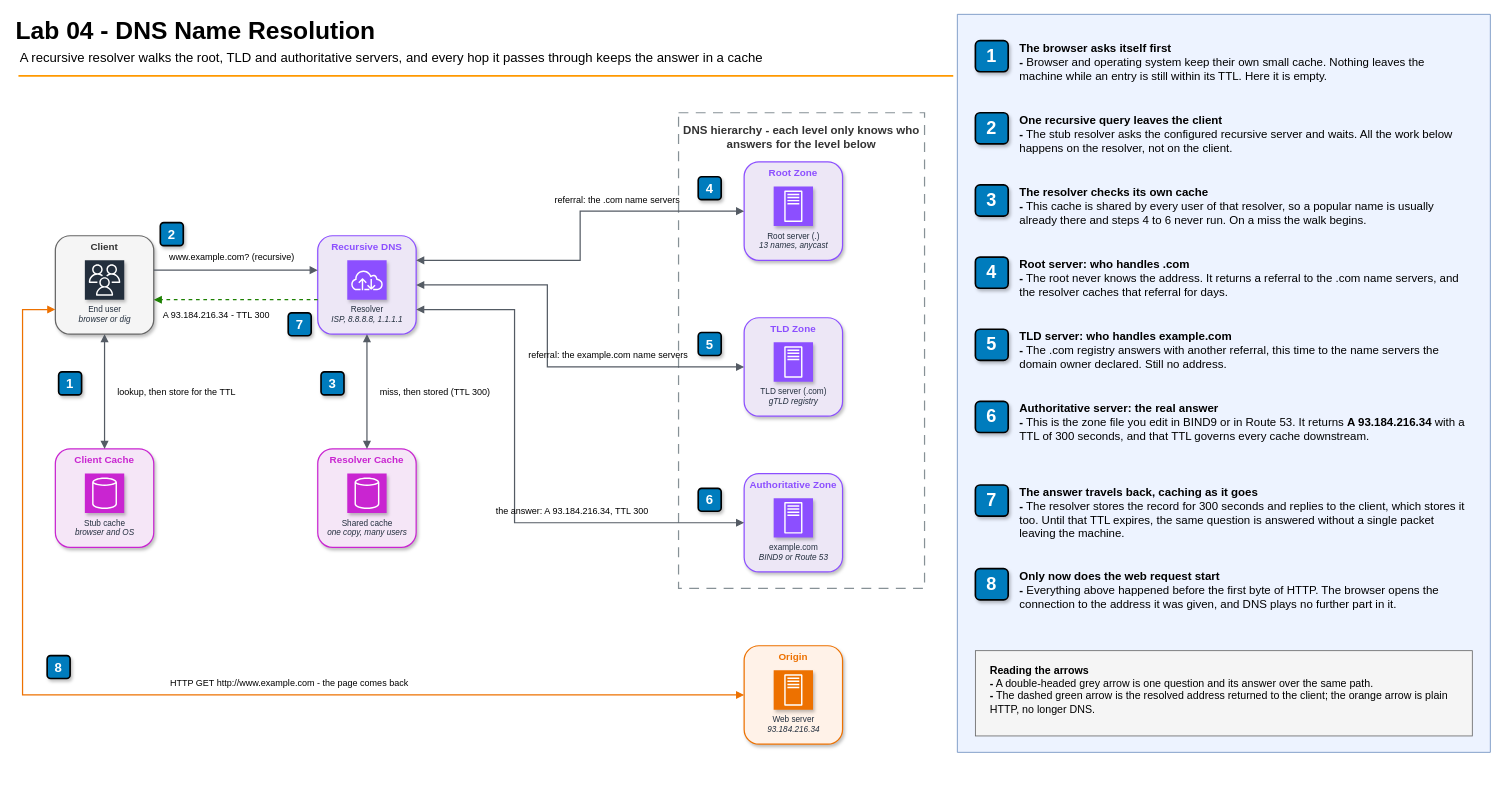
The draw.io diagram 04-dns-dig-bind9/diagrams/lab04-dns-resolution-flow.drawio in A4ld0/system-design-course, before the edit. Source tidied: cells renumbered, new cells numbered last; positions are measured from the earlier drawing's top-left corner, leaving out a move shared by most shapes. Both pictures are drawn from the tidied source at 82%, with x=0, y=0 at pixel (14, 14). Pictures stored in the file or linked from it are replaced by grey dashed boxes.
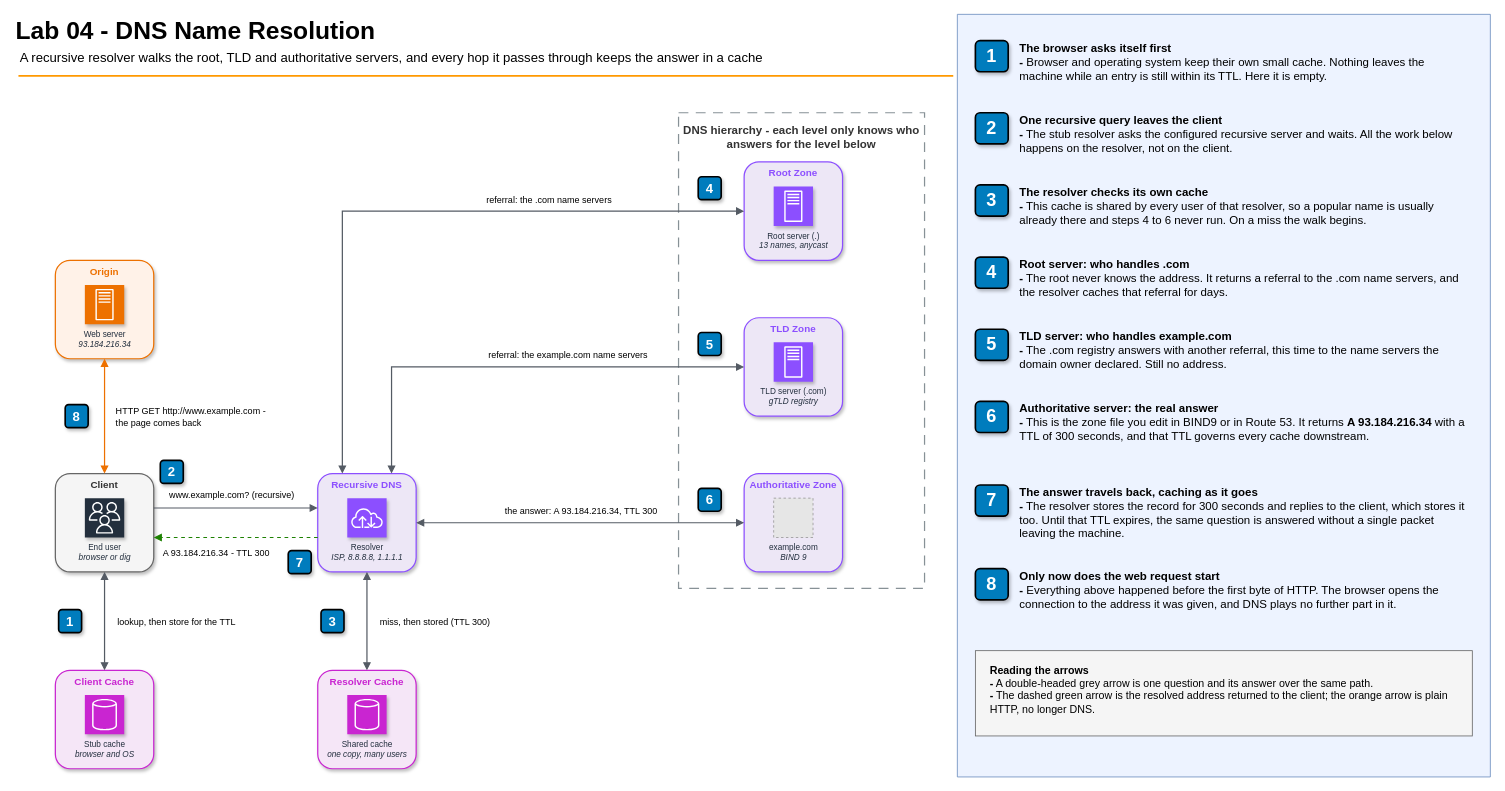
The same diagram, later.

The change refers to these unchanged cells:
```xml
<mxCell id="15" value="Root Zone" style="rounded=1;html=1;whiteSpace=wrap;fillColor=#EDE7F6;strokeColor=#8C4FFF;verticalAlign=top;align=center;fontStyle=1;fontSize=12;fontColor=#8C4FFF;shadow=1;strokeWidth=1.5;fontFamily=Helvetica;" parent="1" vertex="1">
  <mxGeometry x="890" y="180" width="120" height="120" as="geometry" />
</mxCell>
<mxCell id="17" value="TLD Zone" style="rounded=1;html=1;whiteSpace=wrap;fillColor=#EDE7F6;strokeColor=#8C4FFF;verticalAlign=top;align=center;fontStyle=1;fontSize=12;fontColor=#8C4FFF;shadow=1;strokeWidth=1.5;fontFamily=Helvetica;" parent="1" vertex="1">
  <mxGeometry x="890" y="370" width="120" height="120" as="geometry" />
</mxCell>
<mxCell id="19" value="Authoritative Zone" style="rounded=1;html=1;whiteSpace=wrap;fillColor=#EDE7F6;strokeColor=#8C4FFF;verticalAlign=top;align=center;fontStyle=1;fontSize=12;fontColor=#8C4FFF;shadow=1;strokeWidth=1.5;fontFamily=Helvetica;" parent="1" vertex="1">
  <mxGeometry x="890" y="560" width="120" height="120" as="geometry" />
</mxCell>
```

What changed in the source:
```diff
@@
     <mxCell id="7" value="Client" style="rounded=1;html=1;whiteSpace=wrap;fillColor=#f5f5f5;strokeColor=light-dark(#666666,#D4D4D4);verticalAlign=top;align=center;fontStyle=1;fontSize=12;fontColor=#333333;shadow=1;strokeWidth=1.5;fontFamily=Helvetica;" parent="1" vertex="1">
-      <mxGeometry x="50" y="270" width="120" height="120" as="geometry" />
+      <mxGeometry x="50" y="560" width="120" height="120" as="geometry" />
     </mxCell>
@@
     <mxCell id="9" value="Client Cache" style="rounded=1;html=1;whiteSpace=wrap;fillColor=#F5E6F7;strokeColor=#C925D1;verticalAlign=top;align=center;fontStyle=1;fontSize=12;fontColor=#C925D1;shadow=1;strokeWidth=1.5;fontFamily=Helvetica;" parent="1" vertex="1">
-      <mxGeometry x="50" y="530" width="120" height="120" as="geometry" />
+      <mxGeometry x="50" y="800" width="120" height="120" as="geometry" />
     </mxCell>
@@
     <mxCell id="11" value="Recursive DNS" style="rounded=1;html=1;whiteSpace=wrap;fillColor=#EDE7F6;strokeColor=#8C4FFF;verticalAlign=top;align=center;fontStyle=1;fontSize=12;fontColor=#8C4FFF;shadow=1;strokeWidth=1.5;fontFamily=Helvetica;" parent="1" vertex="1">
-      <mxGeometry x="370" y="270" width="120" height="120" as="geometry" />
+      <mxGeometry x="370" y="560" width="120" height="120" as="geometry" />
     </mxCell>
@@
     <mxCell id="13" value="Resolver Cache" style="rounded=1;html=1;whiteSpace=wrap;fillColor=#F5E6F7;strokeColor=#C925D1;verticalAlign=top;align=center;fontStyle=1;fontSize=12;fontColor=#C925D1;shadow=1;strokeWidth=1.5;fontFamily=Helvetica;" parent="1" vertex="1">
-      <mxGeometry x="370" y="530" width="120" height="120" as="geometry" />
+      <mxGeometry x="370" y="800" width="120" height="120" as="geometry" />
     </mxCell>
@@
-    <mxCell id="20" value="example.com&lt;div&gt;&lt;i&gt;BIND9 or Route 53&lt;/i&gt;&lt;/div&gt;" style="sketch=0;fontColor=#232F3E;fillColor=#8C4FFF;strokeColor=#ffffff;dashed=0;verticalLabelPosition=bottom;verticalAlign=top;align=center;html=1;fontSize=10;fontStyle=0;shape=mxgraph.aws4.resourceIcon;resIcon=mxgraph.aws4.traditional_server;shadow=1;fontFamily=Helvetica;" parent="19" vertex="1">
+    <mxCell id="20" value="example.com&lt;div&gt;&lt;i&gt;BIND 9&lt;/i&gt;&lt;/div&gt;" style="fillColor=#E6E6E6;strokeColor=#999999;dashed=1;verticalLabelPosition=bottom;verticalAlign=top;align=center;html=1;labelBackgroundColor=none;fontSize=10;fontColor=#232F3E;fontFamily=Helvetica;" parent="19" vertex="1">
       <mxGeometry x="36" y="30" width="48" height="48" as="geometry" />
     </mxCell>
     <mxCell id="21" value="Origin" style="rounded=1;html=1;whiteSpace=wrap;fillColor=#FFF2E8;strokeColor=#ED7100;verticalAlign=top;align=center;fontStyle=1;fontSize=12;fontColor=#ED7100;shadow=1;strokeWidth=1.5;fontFamily=Helvetica;" parent="1" vertex="1">
-      <mxGeometry x="890" y="770" width="120" height="120" as="geometry" />
+      <mxGeometry x="50" y="300" width="120" height="120" as="geometry" />
     </mxCell>
@@
-    <mxCell id="23" style="edgeStyle=orthogonalEdgeStyle;html=1;rounded=0;endArrow=block;endFill=1;startArrow=block;startFill=1;strokeColor=#545B64;strokeWidth=1.5;exitX=0.5;exitY=1;exitDx=0;exitDy=0;entryX=0.5;entryY=0;entryDx=0;entryDy=0;fontFamily=Helvetica;" parent="1" edge="1" source="7" target="9">
+    <mxCell id="23" style="edgeStyle=orthogonalEdgeStyle;rounded=0;jettySize=auto;html=1;strokeColor=#545B64;strokeWidth=1.5;endArrow=block;endFill=1;fontFamily=Helvetica;fontSize=11;jumpStyle=arc;jumpSize=10;labelBackgroundColor=default;startArrow=block;startFill=1;exitX=0.5;exitY=1;exitDx=0;exitDy=0;entryX=0.5;entryY=0;entryDx=0;entryDy=0;" parent="1" edge="1" source="7" target="9">
       <mxGeometry relative="1" as="geometry" />
     </mxCell>
-    <mxCell id="24" value="lookup, then store for the TTL" style="edgeLabel;html=1;align=left;verticalAlign=middle;labelBackgroundColor=none;fontSize=11;fontFamily=Helvetica;" parent="23" vertex="1">
+    <mxCell id="24" value="lookup, then store for the TTL" style="edgeLabel;html=1;align=left;verticalAlign=middle;labelBackgroundColor=default;fontSize=11;fontFamily=Helvetica;" parent="23" vertex="1">
       <mxGeometry relative="1" as="geometry">
         <mxPoint x="14" as="offset" />
       </mxGeometry>
     </mxCell>
-    <mxCell id="25" style="edgeStyle=orthogonalEdgeStyle;html=1;rounded=0;endArrow=block;endFill=1;startArrow=none;strokeColor=#545B64;strokeWidth=1.5;exitX=1;exitY=0.35;exitDx=0;exitDy=0;entryX=0;entryY=0.35;entryDx=0;entryDy=0;fontFamily=Helvetica;" parent="1" edge="1" source="7" target="11">
+    <mxCell id="25" style="edgeStyle=orthogonalEdgeStyle;rounded=0;jettySize=auto;html=1;strokeColor=#545B64;strokeWidth=1.5;endArrow=block;endFill=1;fontFamily=Helvetica;fontSize=11;jumpStyle=arc;jumpSize=10;labelBackgroundColor=default;startArrow=none;exitX=1;exitY=0.35;exitDx=0;exitDy=0;entryX=0;entryY=0.35;entryDx=0;entryDy=0;" parent="1" edge="1" source="7" target="11">
       <mxGeometry relative="1" as="geometry" />
     </mxCell>
-    <mxCell id="26" value="www.example.com? (recursive)" style="edgeLabel;html=1;align=center;verticalAlign=bottom;labelBackgroundColor=none;fontSize=11;fontFamily=Helvetica;" parent="25" vertex="1">
+    <mxCell id="26" value="www.example.com? (recursive)" style="edgeLabel;html=1;align=center;verticalAlign=bottom;labelBackgroundColor=default;fontSize=11;fontFamily=Helvetica;" parent="25" vertex="1">
       <mxGeometry relative="1" as="geometry">
         <mxPoint x="-6" y="-8" as="offset" />
       </mxGeometry>
     </mxCell>
-    <mxCell id="27" style="edgeStyle=orthogonalEdgeStyle;html=1;rounded=0;endArrow=block;endFill=1;startArrow=none;strokeColor=#1D8102;strokeWidth=1.5;dashed=1;exitX=0;exitY=0.65;exitDx=0;exitDy=0;entryX=1;entryY=0.65;entryDx=0;entryDy=0;fontFamily=Helvetica;" parent="1" edge="1" source="11" target="7">
+    <mxCell id="27" style="edgeStyle=orthogonalEdgeStyle;rounded=0;jettySize=auto;html=1;strokeColor=#1D8102;strokeWidth=1.5;endArrow=block;endFill=1;fontFamily=Helvetica;fontSize=11;jumpStyle=arc;jumpSize=10;labelBackgroundColor=default;dashed=1;startArrow=none;exitX=0;exitY=0.65;exitDx=0;exitDy=0;entryX=1;entryY=0.65;entryDx=0;entryDy=0;" parent="1" edge="1" source="11" target="7">
       <mxGeometry relative="1" as="geometry" />
     </mxCell>
-    <mxCell id="28" value="A 93.184.216.34 - TTL 300" style="edgeLabel;html=1;align=center;verticalAlign=top;labelBackgroundColor=none;fontSize=11;fontFamily=Helvetica;" parent="27" vertex="1">
+    <mxCell id="28" value="A 93.184.216.34 - TTL 300" style="edgeLabel;html=1;align=center;verticalAlign=top;labelBackgroundColor=default;fontSize=11;fontFamily=Helvetica;" parent="27" vertex="1">
       <mxGeometry x="0.25" relative="1" as="geometry">
         <mxPoint y="6" as="offset" />
       </mxGeometry>
     </mxCell>
-    <mxCell id="29" style="edgeStyle=orthogonalEdgeStyle;html=1;rounded=0;endArrow=block;endFill=1;startArrow=block;startFill=1;strokeColor=#545B64;strokeWidth=1.5;exitX=0.5;exitY=1;exitDx=0;exitDy=0;entryX=0.5;entryY=0;entryDx=0;entryDy=0;fontFamily=Helvetica;" parent="1" edge="1" source="11" target="13">
+    <mxCell id="29" style="edgeStyle=orthogonalEdgeStyle;rounded=0;jettySize=auto;html=1;strokeColor=#545B64;strokeWidth=1.5;endArrow=block;endFill=1;fontFamily=Helvetica;fontSize=11;jumpStyle=arc;jumpSize=10;labelBackgroundColor=default;startArrow=block;startFill=1;exitX=0.5;exitY=1;exitDx=0;exitDy=0;entryX=0.5;entryY=0;entryDx=0;entryDy=0;" parent="1" edge="1" source="11" target="13">
       <mxGeometry relative="1" as="geometry" />
     </mxCell>
-    <mxCell id="30" value="miss, then stored (TTL 300)" style="edgeLabel;html=1;align=left;verticalAlign=middle;labelBackgroundColor=none;fontSize=11;fontFamily=Helvetica;" parent="29" vertex="1">
+    <mxCell id="30" value="miss, then stored (TTL 300)" style="edgeLabel;html=1;align=left;verticalAlign=middle;labelBackgroundColor=default;fontSize=11;fontFamily=Helvetica;" parent="29" vertex="1">
       <mxGeometry relative="1" as="geometry">
         <mxPoint x="14" as="offset" />
       </mxGeometry>
     </mxCell>
-    <mxCell id="31" style="edgeStyle=orthogonalEdgeStyle;html=1;rounded=0;endArrow=block;endFill=1;startArrow=block;startFill=1;strokeColor=#545B64;strokeWidth=1.5;exitX=1;exitY=0.25;exitDx=0;exitDy=0;entryX=0;entryY=0.5;entryDx=0;entryDy=0;fontFamily=Helvetica;" parent="1" edge="1" source="11" target="15">
-      <mxGeometry relative="1" as="geometry">
-        <Array as="points">
-          <mxPoint x="690" y="300" />
-          <mxPoint x="690" y="240" />
-        </Array>
-      </mxGeometry>
+    <mxCell id="31" style="edgeStyle=orthogonalEdgeStyle;rounded=0;jettySize=auto;html=1;strokeColor=#545B64;strokeWidth=1.5;endArrow=block;endFill=1;fontFamily=Helvetica;fontSize=11;jumpStyle=arc;jumpSize=10;labelBackgroundColor=default;startArrow=block;startFill=1;exitX=0.25;exitY=0;exitDx=0;exitDy=0;entryX=0;entryY=0.5;entryDx=0;entryDy=0;" parent="1" edge="1" source="11" target="15">
+      <mxGeometry relative="1" as="geometry" />
     </mxCell>
-    <mxCell id="32" value="referral: the .com name servers" style="edgeLabel;html=1;align=center;verticalAlign=bottom;labelBackgroundColor=none;fontSize=11;fontFamily=Helvetica;" parent="31" vertex="1">
-      <mxGeometry x="0.45" relative="1" as="geometry">
-        <mxPoint x="-30" y="-6" as="offset" />
+    <mxCell id="32" value="referral: the .com name servers" style="edgeLabel;html=1;align=center;verticalAlign=bottom;labelBackgroundColor=default;fontSize=11;fontFamily=Helvetica;" parent="31" vertex="1">
+      <mxGeometry x="0.41" relative="1" as="geometry">
+        <mxPoint y="-6" as="offset" />
       </mxGeometry>
     </mxCell>
-    <mxCell id="33" style="edgeStyle=orthogonalEdgeStyle;html=1;rounded=0;endArrow=block;endFill=1;startArrow=block;startFill=1;strokeColor=#545B64;strokeWidth=1.5;exitX=1;exitY=0.5;exitDx=0;exitDy=0;entryX=0;entryY=0.5;entryDx=0;entryDy=0;fontFamily=Helvetica;" parent="1" edge="1" source="11" target="17">
-      <mxGeometry relative="1" as="geometry">
-        <Array as="points">
-          <mxPoint x="650" y="330" />
-          <mxPoint x="650" y="430" />
-        </Array>
-      </mxGeometry>
+    <mxCell id="33" style="edgeStyle=orthogonalEdgeStyle;rounded=0;jettySize=auto;html=1;strokeColor=#545B64;strokeWidth=1.5;endArrow=block;endFill=1;fontFamily=Helvetica;fontSize=11;jumpStyle=arc;jumpSize=10;labelBackgroundColor=default;startArrow=block;startFill=1;exitX=0.75;exitY=0;exitDx=0;exitDy=0;entryX=0;entryY=0.5;entryDx=0;entryDy=0;" parent="1" edge="1" source="11" target="17">
+      <mxGeometry relative="1" as="geometry" />
     </mxCell>
-    <mxCell id="34" value="referral: the example.com name servers" style="edgeLabel;html=1;align=center;verticalAlign=bottom;labelBackgroundColor=none;fontSize=11;fontFamily=Helvetica;" parent="33" vertex="1">
-      <mxGeometry x="0.45" relative="1" as="geometry">
-        <mxPoint x="-30" y="-6" as="offset" />
+    <mxCell id="34" value="referral: the example.com name servers" style="edgeLabel;html=1;align=center;verticalAlign=bottom;labelBackgroundColor=default;fontSize=11;fontFamily=Helvetica;" parent="33" vertex="1">
+      <mxGeometry x="0.23" relative="1" as="geometry">
+        <mxPoint y="-6" as="offset" />
       </mxGeometry>
     </mxCell>
-    <mxCell id="35" style="edgeStyle=orthogonalEdgeStyle;html=1;rounded=0;endArrow=block;endFill=1;startArrow=block;startFill=1;strokeColor=#545B64;strokeWidth=1.5;exitX=1;exitY=0.75;exitDx=0;exitDy=0;entryX=0;entryY=0.5;entryDx=0;entryDy=0;fontFamily=Helvetica;" parent="1" edge="1" source="11" target="19">
-      <mxGeometry relative="1" as="geometry">
-        <Array as="points">
-          <mxPoint x="610" y="360" />
-          <mxPoint x="610" y="620" />
-        </Array>
-      </mxGeometry>
+    <mxCell id="35" style="edgeStyle=orthogonalEdgeStyle;rounded=0;jettySize=auto;html=1;strokeColor=#545B64;strokeWidth=1.5;endArrow=block;endFill=1;fontFamily=Helvetica;fontSize=11;jumpStyle=arc;jumpSize=10;labelBackgroundColor=default;startArrow=block;startFill=1;exitX=1;exitY=0.5;exitDx=0;exitDy=0;entryX=0;entryY=0.5;entryDx=0;entryDy=0;" parent="1" edge="1" source="11" target="19">
+      <mxGeometry relative="1" as="geometry" />
     </mxCell>
-    <mxCell id="36" value="the answer: A 93.184.216.34, TTL 300" style="edgeLabel;html=1;align=center;verticalAlign=bottom;labelBackgroundColor=none;fontSize=11;fontFamily=Helvetica;" parent="35" vertex="1">
-      <mxGeometry x="0.45" relative="1" as="geometry">
-        <mxPoint x="-30" y="-6" as="offset" />
+    <mxCell id="36" value="the answer: A 93.184.216.34, TTL 300" style="edgeLabel;html=1;align=center;verticalAlign=bottom;labelBackgroundColor=default;fontSize=11;fontFamily=Helvetica;" parent="35" vertex="1">
+      <mxGeometry relative="1" as="geometry">
+        <mxPoint y="-6" as="offset" />
       </mxGeometry>
     </mxCell>
-    <mxCell id="37" style="edgeStyle=orthogonalEdgeStyle;html=1;rounded=0;endArrow=block;endFill=1;startArrow=block;startFill=1;strokeColor=#ED7100;strokeWidth=1.5;exitX=0;exitY=0.75;exitDx=0;exitDy=0;entryX=0;entryY=0.5;entryDx=0;entryDy=0;fontFamily=Helvetica;" parent="1" edge="1" source="7" target="21">
-      <mxGeometry relative="1" as="geometry">
-        <Array as="points">
-          <mxPoint x="10" y="360" />
-          <mxPoint x="10" y="830" />
-        </Array>
-      </mxGeometry>
+    <mxCell id="37" style="edgeStyle=orthogonalEdgeStyle;rounded=0;jettySize=auto;html=1;strokeColor=#ED7100;strokeWidth=1.5;endArrow=block;endFill=1;fontFamily=Helvetica;fontSize=11;jumpStyle=arc;jumpSize=10;labelBackgroundColor=default;startArrow=block;startFill=1;exitX=0.5;exitY=0;exitDx=0;exitDy=0;entryX=0.5;entryY=1;entryDx=0;entryDy=0;" parent="1" edge="1" source="7" target="21">
+      <mxGeometry relative="1" as="geometry" />
     </mxCell>
-    <mxCell id="38" value="HTTP GET http://www.example.com - the page comes back" style="edgeLabel;html=1;align=center;verticalAlign=bottom;labelBackgroundColor=none;fontSize=11;fontFamily=Helvetica;" parent="37" vertex="1">
-      <mxGeometry x="0.2" relative="1" as="geometry">
-        <mxPoint y="-6" as="offset" />
+    <mxCell id="38" value="HTTP GET http://www.example.com -&lt;br&gt;the page comes back" style="edgeLabel;html=1;align=left;verticalAlign=middle;labelBackgroundColor=default;fontSize=11;fontFamily=Helvetica;" parent="37" vertex="1">
+      <mxGeometry relative="1" as="geometry">
+        <mxPoint x="12" as="offset" />
       </mxGeometry>
     </mxCell>
     <mxCell id="39" value="1" style="rounded=1;whiteSpace=wrap;html=1;fillColor=#007CBD;strokeColor=default;fontColor=#FFFFFF;fontStyle=1;fontSize=16;labelBackgroundColor=none;shadow=1;glass=0;strokeWidth=2;fontFamily=Helvetica;" parent="1" vertex="1">
-      <mxGeometry x="54" y="436" width="28" height="28" as="geometry" />
+      <mxGeometry x="54" y="726" width="28" height="28" as="geometry" />
     </mxCell>
     <mxCell id="40" value="2" style="rounded=1;whiteSpace=wrap;html=1;fillColor=#007CBD;strokeColor=default;fontColor=#FFFFFF;fontStyle=1;fontSize=16;labelBackgroundColor=none;shadow=1;glass=0;strokeWidth=2;fontFamily=Helvetica;" parent="1" vertex="1">
-      <mxGeometry x="178" y="254" width="28" height="28" as="geometry" />
+      <mxGeometry x="178" y="544" width="28" height="28" as="geometry" />
     </mxCell>
     <mxCell id="41" value="3" style="rounded=1;whiteSpace=wrap;html=1;fillColor=#007CBD;strokeColor=default;fontColor=#FFFFFF;fontStyle=1;fontSize=16;labelBackgroundColor=none;shadow=1;glass=0;strokeWidth=2;fontFamily=Helvetica;" parent="1" vertex="1">
-      <mxGeometry x="374" y="436" width="28" height="28" as="geometry" />
+      <mxGeometry x="374" y="726" width="28" height="28" as="geometry" />
     </mxCell>
@@
     <mxCell id="45" value="7" style="rounded=1;whiteSpace=wrap;html=1;fillColor=#007CBD;strokeColor=default;fontColor=#FFFFFF;fontStyle=1;fontSize=16;labelBackgroundColor=none;shadow=1;glass=0;strokeWidth=2;fontFamily=Helvetica;" parent="1" vertex="1">
-      <mxGeometry x="334" y="364" width="28" height="28" as="geometry" />
+      <mxGeometry x="334" y="654" width="28" height="28" as="geometry" />
     </mxCell>
     <mxCell id="46" value="8" style="rounded=1;whiteSpace=wrap;html=1;fillColor=#007CBD;strokeColor=default;fontColor=#FFFFFF;fontStyle=1;fontSize=16;labelBackgroundColor=none;shadow=1;glass=0;strokeWidth=2;fontFamily=Helvetica;" parent="1" vertex="1">
-      <mxGeometry x="40" y="782" width="28" height="28" as="geometry" />
+      <mxGeometry x="62" y="476" width="28" height="28" as="geometry" />
     </mxCell>
     <mxCell id="47" style="verticalLabelPosition=bottom;verticalAlign=top;html=1;shape=mxgraph.basic.rect;fillColor2=none;strokeWidth=1;size=20;indent=5;fillColor=light-dark(#EDF3FF,#305363);strokeColor=#6c8ebf;fontFamily=Helvetica;" parent="1" vertex="1">
-      <mxGeometry x="1150" width="650" height="900" as="geometry" />
+      <mxGeometry x="1150" width="650" height="930" as="geometry" />
     </mxCell>
```
